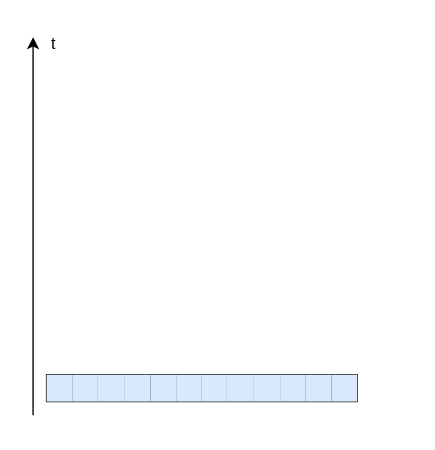
This is 人工智能-输入数据结构.drawio from poetlife/diagrams, a draw.io file, before an edit. Source tidied: cells renumbered, new cells numbered last; positions are measured from the earlier drawing's top-left corner, leaving out a move shared by most shapes. Both pictures are drawn from the tidied source at 135%, with x=0, y=0 at pixel (32, 23).
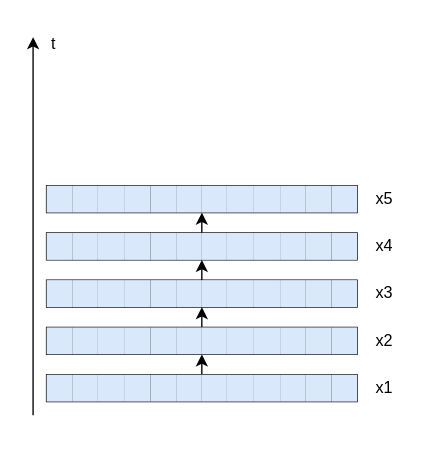
After the change.

Commit message (it also covers changes not shown here):
更新人工智能-输入数据结构.drawio

Unchanged cells that the change refers to:
```xml
<mxCell id="2" style="shape=table;startSize=0;childLayout=tableLayout;" parent="1" vertex="1">
  <mxGeometry x="10" y="260" width="230" height="20" as="geometry" />
</mxCell>
```

Diff of the diagram source:
```diff
@@
+    <mxCell id="18" style="edgeStyle=orthogonalEdgeStyle;rounded=0;jettySize=auto;html=1;exitX=0.5;exitY=0;exitDx=0;exitDy=0;entryX=0.5;entryY=1;entryDx=0;entryDy=0;" parent="1" edge="1" source="2" target="21">
+      <mxGeometry relative="1" as="geometry" />
+    </mxCell>
@@
+    <mxCell id="19" value="x1" style="text;html=1;align=center;verticalAlign=middle;strokeColor=none;fillColor=none;" parent="1" vertex="1">
+      <mxGeometry x="240" y="255" width="40" height="30" as="geometry" />
+    </mxCell>
+    <mxCell id="20" style="edgeStyle=orthogonalEdgeStyle;rounded=0;jettySize=auto;html=1;exitX=0.5;exitY=0;exitDx=0;exitDy=0;entryX=0.5;entryY=1;entryDx=0;entryDy=0;" parent="1" edge="1" source="21" target="37">
+      <mxGeometry relative="1" as="geometry" />
+    </mxCell>
+    <mxCell id="21" style="shape=table;startSize=0;childLayout=tableLayout;" parent="1" vertex="1">
+      <mxGeometry x="10" y="225" width="230" height="20" as="geometry" />
+    </mxCell>
+    <mxCell id="22" style="shape=tableRow;horizontal=0;startSize=0;swimlaneHead=0;swimlaneBody=0;strokeColor=inherit;top=0;left=0;bottom=0;right=0;fillColor=none;" parent="21" vertex="1">
+      <mxGeometry width="230" height="20" as="geometry" />
+    </mxCell>
+    <mxCell id="23" style="shape=partialRectangle;html=1;whiteSpace=wrap;strokeColor=#6c8ebf;overflow=hidden;fillColor=#dae8fc;top=0;left=0;bottom=0;right=0;" parent="22" vertex="1">
+      <mxGeometry width="19" height="20" as="geometry" />
+    </mxCell>
+    <mxCell id="24" style="shape=partialRectangle;html=1;whiteSpace=wrap;strokeColor=#6c8ebf;overflow=hidden;fillColor=#dae8fc;top=0;left=0;bottom=0;right=0;" parent="22" vertex="1">
+      <mxGeometry x="19" width="19" height="20" as="geometry" />
+    </mxCell>
+    <mxCell id="25" style="shape=partialRectangle;html=1;whiteSpace=wrap;strokeColor=#6c8ebf;overflow=hidden;fillColor=#dae8fc;top=0;left=0;bottom=0;right=0;" parent="22" vertex="1">
+      <mxGeometry x="38" width="20" height="20" as="geometry" />
+    </mxCell>
+    <mxCell id="26" style="shape=partialRectangle;html=1;whiteSpace=wrap;strokeColor=#6c8ebf;overflow=hidden;fillColor=#dae8fc;top=0;left=0;bottom=0;right=0;" parent="22" vertex="1">
+      <mxGeometry x="58" width="19" height="20" as="geometry" />
+    </mxCell>
+    <mxCell id="27" style="shape=partialRectangle;html=1;whiteSpace=wrap;strokeColor=#6c8ebf;overflow=hidden;fillColor=#dae8fc;top=0;left=0;bottom=0;right=0;" parent="22" vertex="1">
+      <mxGeometry x="77" width="19" height="20" as="geometry" />
+    </mxCell>
+    <mxCell id="28" style="shape=partialRectangle;html=1;whiteSpace=wrap;strokeColor=#6c8ebf;overflow=hidden;fillColor=#dae8fc;top=0;left=0;bottom=0;right=0;" parent="22" vertex="1">
+      <mxGeometry x="96" width="19" height="20" as="geometry" />
+    </mxCell>
+    <mxCell id="29" style="shape=partialRectangle;html=1;whiteSpace=wrap;strokeColor=#6c8ebf;overflow=hidden;fillColor=#dae8fc;top=0;left=0;bottom=0;right=0;" parent="22" vertex="1">
+      <mxGeometry x="115" width="18" height="20" as="geometry" />
+    </mxCell>
+    <mxCell id="30" style="shape=partialRectangle;html=1;whiteSpace=wrap;strokeColor=#6c8ebf;overflow=hidden;fillColor=#dae8fc;top=0;left=0;bottom=0;right=0;" parent="22" vertex="1">
+      <mxGeometry x="133" width="20" height="20" as="geometry" />
+    </mxCell>
+    <mxCell id="31" style="shape=partialRectangle;html=1;whiteSpace=wrap;strokeColor=#6c8ebf;overflow=hidden;fillColor=#dae8fc;top=0;left=0;bottom=0;right=0;" parent="22" vertex="1">
+      <mxGeometry x="153" width="20" height="20" as="geometry" />
+    </mxCell>
+    <mxCell id="32" style="shape=partialRectangle;html=1;whiteSpace=wrap;strokeColor=#6c8ebf;overflow=hidden;fillColor=#dae8fc;top=0;left=0;bottom=0;right=0;" parent="22" vertex="1">
+      <mxGeometry x="173" width="19" height="20" as="geometry" />
+    </mxCell>
+    <mxCell id="33" style="shape=partialRectangle;html=1;whiteSpace=wrap;strokeColor=#6c8ebf;overflow=hidden;fillColor=#dae8fc;top=0;left=0;bottom=0;right=0;" parent="22" vertex="1">
+      <mxGeometry x="192" width="19" height="20" as="geometry" />
+    </mxCell>
+    <mxCell id="34" style="shape=partialRectangle;html=1;whiteSpace=wrap;strokeColor=#6c8ebf;overflow=hidden;fillColor=#dae8fc;top=0;left=0;bottom=0;right=0;" parent="22" vertex="1">
+      <mxGeometry x="211" width="19" height="20" as="geometry" />
+    </mxCell>
+    <mxCell id="35" value="x2" style="text;html=1;align=center;verticalAlign=middle;strokeColor=none;fillColor=none;" parent="1" vertex="1">
+      <mxGeometry x="240" y="220" width="40" height="30" as="geometry" />
+    </mxCell>
+    <mxCell id="36" style="edgeStyle=orthogonalEdgeStyle;rounded=0;jettySize=auto;html=1;exitX=0.5;exitY=0;exitDx=0;exitDy=0;entryX=0.5;entryY=1;entryDx=0;entryDy=0;" parent="1" edge="1" source="37" target="53">
+      <mxGeometry relative="1" as="geometry" />
+    </mxCell>
+    <mxCell id="37" style="shape=table;startSize=0;childLayout=tableLayout;" parent="1" vertex="1">
+      <mxGeometry x="10" y="190" width="230" height="20" as="geometry" />
+    </mxCell>
+    <mxCell id="38" style="shape=tableRow;horizontal=0;startSize=0;swimlaneHead=0;swimlaneBody=0;strokeColor=inherit;top=0;left=0;bottom=0;right=0;fillColor=none;" parent="37" vertex="1">
+      <mxGeometry width="230" height="20" as="geometry" />
+    </mxCell>
+    <mxCell id="39" style="shape=partialRectangle;html=1;whiteSpace=wrap;strokeColor=#6c8ebf;overflow=hidden;fillColor=#dae8fc;top=0;left=0;bottom=0;right=0;" parent="38" vertex="1">
+      <mxGeometry width="19" height="20" as="geometry" />
+    </mxCell>
+    <mxCell id="40" style="shape=partialRectangle;html=1;whiteSpace=wrap;strokeColor=#6c8ebf;overflow=hidden;fillColor=#dae8fc;top=0;left=0;bottom=0;right=0;" parent="38" vertex="1">
+      <mxGeometry x="19" width="19" height="20" as="geometry" />
+    </mxCell>
+    <mxCell id="41" style="shape=partialRectangle;html=1;whiteSpace=wrap;strokeColor=#6c8ebf;overflow=hidden;fillColor=#dae8fc;top=0;left=0;bottom=0;right=0;" parent="38" vertex="1">
+      <mxGeometry x="38" width="20" height="20" as="geometry" />
+    </mxCell>
+    <mxCell id="42" style="shape=partialRectangle;html=1;whiteSpace=wrap;strokeColor=#6c8ebf;overflow=hidden;fillColor=#dae8fc;top=0;left=0;bottom=0;right=0;" parent="38" vertex="1">
+      <mxGeometry x="58" width="19" height="20" as="geometry" />
+    </mxCell>
+    <mxCell id="43" style="shape=partialRectangle;html=1;whiteSpace=wrap;strokeColor=#6c8ebf;overflow=hidden;fillColor=#dae8fc;top=0;left=0;bottom=0;right=0;" parent="38" vertex="1">
+      <mxGeometry x="77" width="19" height="20" as="geometry" />
+    </mxCell>
+    <mxCell id="44" style="shape=partialRectangle;html=1;whiteSpace=wrap;strokeColor=#6c8ebf;overflow=hidden;fillColor=#dae8fc;top=0;left=0;bottom=0;right=0;" parent="38" vertex="1">
+      <mxGeometry x="96" width="19" height="20" as="geometry" />
+    </mxCell>
+    <mxCell id="45" style="shape=partialRectangle;html=1;whiteSpace=wrap;strokeColor=#6c8ebf;overflow=hidden;fillColor=#dae8fc;top=0;left=0;bottom=0;right=0;" parent="38" vertex="1">
+      <mxGeometry x="115" width="18" height="20" as="geometry" />
+    </mxCell>
+    <mxCell id="46" style="shape=partialRectangle;html=1;whiteSpace=wrap;strokeColor=#6c8ebf;overflow=hidden;fillColor=#dae8fc;top=0;left=0;bottom=0;right=0;" parent="38" vertex="1">
+      <mxGeometry x="133" width="20" height="20" as="geometry" />
+    </mxCell>
+    <mxCell id="47" style="shape=partialRectangle;html=1;whiteSpace=wrap;strokeColor=#6c8ebf;overflow=hidden;fillColor=#dae8fc;top=0;left=0;bottom=0;right=0;" parent="38" vertex="1">
+      <mxGeometry x="153" width="20" height="20" as="geometry" />
+    </mxCell>
+    <mxCell id="48" style="shape=partialRectangle;html=1;whiteSpace=wrap;strokeColor=#6c8ebf;overflow=hidden;fillColor=#dae8fc;top=0;left=0;bottom=0;right=0;" parent="38" vertex="1">
+      <mxGeometry x="173" width="19" height="20" as="geometry" />
+    </mxCell>
+    <mxCell id="49" style="shape=partialRectangle;html=1;whiteSpace=wrap;strokeColor=#6c8ebf;overflow=hidden;fillColor=#dae8fc;top=0;left=0;bottom=0;right=0;" parent="38" vertex="1">
+      <mxGeometry x="192" width="19" height="20" as="geometry" />
+    </mxCell>
+    <mxCell id="50" style="shape=partialRectangle;html=1;whiteSpace=wrap;strokeColor=#6c8ebf;overflow=hidden;fillColor=#dae8fc;top=0;left=0;bottom=0;right=0;" parent="38" vertex="1">
+      <mxGeometry x="211" width="19" height="20" as="geometry" />
+    </mxCell>
+    <mxCell id="51" value="x3" style="text;html=1;align=center;verticalAlign=middle;strokeColor=none;fillColor=none;" parent="1" vertex="1">
+      <mxGeometry x="240" y="185" width="40" height="30" as="geometry" />
+    </mxCell>
+    <mxCell id="52" style="edgeStyle=orthogonalEdgeStyle;rounded=0;jettySize=auto;html=1;exitX=0.5;exitY=0;exitDx=0;exitDy=0;entryX=0.5;entryY=1;entryDx=0;entryDy=0;" parent="1" edge="1" source="53" target="68">
+      <mxGeometry relative="1" as="geometry" />
+    </mxCell>
+    <mxCell id="53" style="shape=table;startSize=0;childLayout=tableLayout;" parent="1" vertex="1">
+      <mxGeometry x="10" y="155" width="230" height="20" as="geometry" />
+    </mxCell>
+    <mxCell id="54" style="shape=tableRow;horizontal=0;startSize=0;swimlaneHead=0;swimlaneBody=0;strokeColor=inherit;top=0;left=0;bottom=0;right=0;fillColor=none;" parent="53" vertex="1">
+      <mxGeometry width="230" height="20" as="geometry" />
+    </mxCell>
+    <mxCell id="55" style="shape=partialRectangle;html=1;whiteSpace=wrap;strokeColor=#6c8ebf;overflow=hidden;fillColor=#dae8fc;top=0;left=0;bottom=0;right=0;" parent="54" vertex="1">
+      <mxGeometry width="19" height="20" as="geometry" />
+    </mxCell>
+    <mxCell id="56" style="shape=partialRectangle;html=1;whiteSpace=wrap;strokeColor=#6c8ebf;overflow=hidden;fillColor=#dae8fc;top=0;left=0;bottom=0;right=0;" parent="54" vertex="1">
+      <mxGeometry x="19" width="19" height="20" as="geometry" />
+    </mxCell>
+    <mxCell id="57" style="shape=partialRectangle;html=1;whiteSpace=wrap;strokeColor=#6c8ebf;overflow=hidden;fillColor=#dae8fc;top=0;left=0;bottom=0;right=0;" parent="54" vertex="1">
+      <mxGeometry x="38" width="20" height="20" as="geometry" />
+    </mxCell>
+    <mxCell id="58" style="shape=partialRectangle;html=1;whiteSpace=wrap;strokeColor=#6c8ebf;overflow=hidden;fillColor=#dae8fc;top=0;left=0;bottom=0;right=0;" parent="54" vertex="1">
+      <mxGeometry x="58" width="19" height="20" as="geometry" />
+    </mxCell>
+    <mxCell id="59" style="shape=partialRectangle;html=1;whiteSpace=wrap;strokeColor=#6c8ebf;overflow=hidden;fillColor=#dae8fc;top=0;left=0;bottom=0;right=0;" parent="54" vertex="1">
+      <mxGeometry x="77" width="19" height="20" as="geometry" />
+    </mxCell>
+    <mxCell id="60" style="shape=partialRectangle;html=1;whiteSpace=wrap;strokeColor=#6c8ebf;overflow=hidden;fillColor=#dae8fc;top=0;left=0;bottom=0;right=0;" parent="54" vertex="1">
+      <mxGeometry x="96" width="19" height="20" as="geometry" />
+    </mxCell>
+    <mxCell id="61" style="shape=partialRectangle;html=1;whiteSpace=wrap;strokeColor=#6c8ebf;overflow=hidden;fillColor=#dae8fc;top=0;left=0;bottom=0;right=0;" parent="54" vertex="1">
+      <mxGeometry x="115" width="18" height="20" as="geometry" />
+    </mxCell>
+    <mxCell id="62" style="shape=partialRectangle;html=1;whiteSpace=wrap;strokeColor=#6c8ebf;overflow=hidden;fillColor=#dae8fc;top=0;left=0;bottom=0;right=0;" parent="54" vertex="1">
+      <mxGeometry x="133" width="20" height="20" as="geometry" />
+    </mxCell>
+    <mxCell id="63" style="shape=partialRectangle;html=1;whiteSpace=wrap;strokeColor=#6c8ebf;overflow=hidden;fillColor=#dae8fc;top=0;left=0;bottom=0;right=0;" parent="54" vertex="1">
+      <mxGeometry x="153" width="20" height="20" as="geometry" />
+    </mxCell>
+    <mxCell id="64" style="shape=partialRectangle;html=1;whiteSpace=wrap;strokeColor=#6c8ebf;overflow=hidden;fillColor=#dae8fc;top=0;left=0;bottom=0;right=0;" parent="54" vertex="1">
+      <mxGeometry x="173" width="19" height="20" as="geometry" />
+    </mxCell>
+    <mxCell id="65" style="shape=partialRectangle;html=1;whiteSpace=wrap;strokeColor=#6c8ebf;overflow=hidden;fillColor=#dae8fc;top=0;left=0;bottom=0;right=0;" parent="54" vertex="1">
+      <mxGeometry x="192" width="19" height="20" as="geometry" />
+    </mxCell>
+    <mxCell id="66" style="shape=partialRectangle;html=1;whiteSpace=wrap;strokeColor=#6c8ebf;overflow=hidden;fillColor=#dae8fc;top=0;left=0;bottom=0;right=0;" parent="54" vertex="1">
+      <mxGeometry x="211" width="19" height="20" as="geometry" />
+    </mxCell>
+    <mxCell id="67" value="x4" style="text;html=1;align=center;verticalAlign=middle;strokeColor=none;fillColor=none;" parent="1" vertex="1">
+      <mxGeometry x="240" y="150" width="40" height="30" as="geometry" />
+    </mxCell>
+    <mxCell id="68" style="shape=table;startSize=0;childLayout=tableLayout;" parent="1" vertex="1">
+      <mxGeometry x="10" y="120" width="230" height="20" as="geometry" />
+    </mxCell>
+    <mxCell id="69" style="shape=tableRow;horizontal=0;startSize=0;swimlaneHead=0;swimlaneBody=0;strokeColor=inherit;top=0;left=0;bottom=0;right=0;fillColor=none;" parent="68" vertex="1">
+      <mxGeometry width="230" height="20" as="geometry" />
+    </mxCell>
+    <mxCell id="70" style="shape=partialRectangle;html=1;whiteSpace=wrap;strokeColor=#6c8ebf;overflow=hidden;fillColor=#dae8fc;top=0;left=0;bottom=0;right=0;" parent="69" vertex="1">
+      <mxGeometry width="19" height="20" as="geometry" />
+    </mxCell>
+    <mxCell id="71" style="shape=partialRectangle;html=1;whiteSpace=wrap;strokeColor=#6c8ebf;overflow=hidden;fillColor=#dae8fc;top=0;left=0;bottom=0;right=0;" parent="69" vertex="1">
+      <mxGeometry x="19" width="19" height="20" as="geometry" />
+    </mxCell>
+    <mxCell id="72" style="shape=partialRectangle;html=1;whiteSpace=wrap;strokeColor=#6c8ebf;overflow=hidden;fillColor=#dae8fc;top=0;left=0;bottom=0;right=0;" parent="69" vertex="1">
+      <mxGeometry x="38" width="20" height="20" as="geometry" />
+    </mxCell>
+    <mxCell id="73" style="shape=partialRectangle;html=1;whiteSpace=wrap;strokeColor=#6c8ebf;overflow=hidden;fillColor=#dae8fc;top=0;left=0;bottom=0;right=0;" parent="69" vertex="1">
+      <mxGeometry x="58" width="19" height="20" as="geometry" />
+    </mxCell>
+    <mxCell id="74" style="shape=partialRectangle;html=1;whiteSpace=wrap;strokeColor=#6c8ebf;overflow=hidden;fillColor=#dae8fc;top=0;left=0;bottom=0;right=0;" parent="69" vertex="1">
+      <mxGeometry x="77" width="19" height="20" as="geometry" />
+    </mxCell>
+    <mxCell id="75" style="shape=partialRectangle;html=1;whiteSpace=wrap;strokeColor=#6c8ebf;overflow=hidden;fillColor=#dae8fc;top=0;left=0;bottom=0;right=0;" parent="69" vertex="1">
+      <mxGeometry x="96" width="19" height="20" as="geometry" />
+    </mxCell>
+    <mxCell id="76" style="shape=partialRectangle;html=1;whiteSpace=wrap;strokeColor=#6c8ebf;overflow=hidden;fillColor=#dae8fc;top=0;left=0;bottom=0;right=0;" parent="69" vertex="1">
+      <mxGeometry x="115" width="18" height="20" as="geometry" />
+    </mxCell>
+    <mxCell id="77" style="shape=partialRectangle;html=1;whiteSpace=wrap;strokeColor=#6c8ebf;overflow=hidden;fillColor=#dae8fc;top=0;left=0;bottom=0;right=0;" parent="69" vertex="1">
+      <mxGeometry x="133" width="20" height="20" as="geometry" />
+    </mxCell>
+    <mxCell id="78" style="shape=partialRectangle;html=1;whiteSpace=wrap;strokeColor=#6c8ebf;overflow=hidden;fillColor=#dae8fc;top=0;left=0;bottom=0;right=0;" parent="69" vertex="1">
+      <mxGeometry x="153" width="20" height="20" as="geometry" />
+    </mxCell>
+    <mxCell id="79" style="shape=partialRectangle;html=1;whiteSpace=wrap;strokeColor=#6c8ebf;overflow=hidden;fillColor=#dae8fc;top=0;left=0;bottom=0;right=0;" parent="69" vertex="1">
+      <mxGeometry x="173" width="19" height="20" as="geometry" />
+    </mxCell>
+    <mxCell id="80" style="shape=partialRectangle;html=1;whiteSpace=wrap;strokeColor=#6c8ebf;overflow=hidden;fillColor=#dae8fc;top=0;left=0;bottom=0;right=0;" parent="69" vertex="1">
+      <mxGeometry x="192" width="19" height="20" as="geometry" />
+    </mxCell>
+    <mxCell id="81" style="shape=partialRectangle;html=1;whiteSpace=wrap;strokeColor=#6c8ebf;overflow=hidden;fillColor=#dae8fc;top=0;left=0;bottom=0;right=0;" parent="69" vertex="1">
+      <mxGeometry x="211" width="19" height="20" as="geometry" />
+    </mxCell>
+    <mxCell id="82" value="x5" style="text;html=1;align=center;verticalAlign=middle;strokeColor=none;fillColor=none;" parent="1" vertex="1">
+      <mxGeometry x="240" y="115" width="40" height="30" as="geometry" />
+    </mxCell>
```
